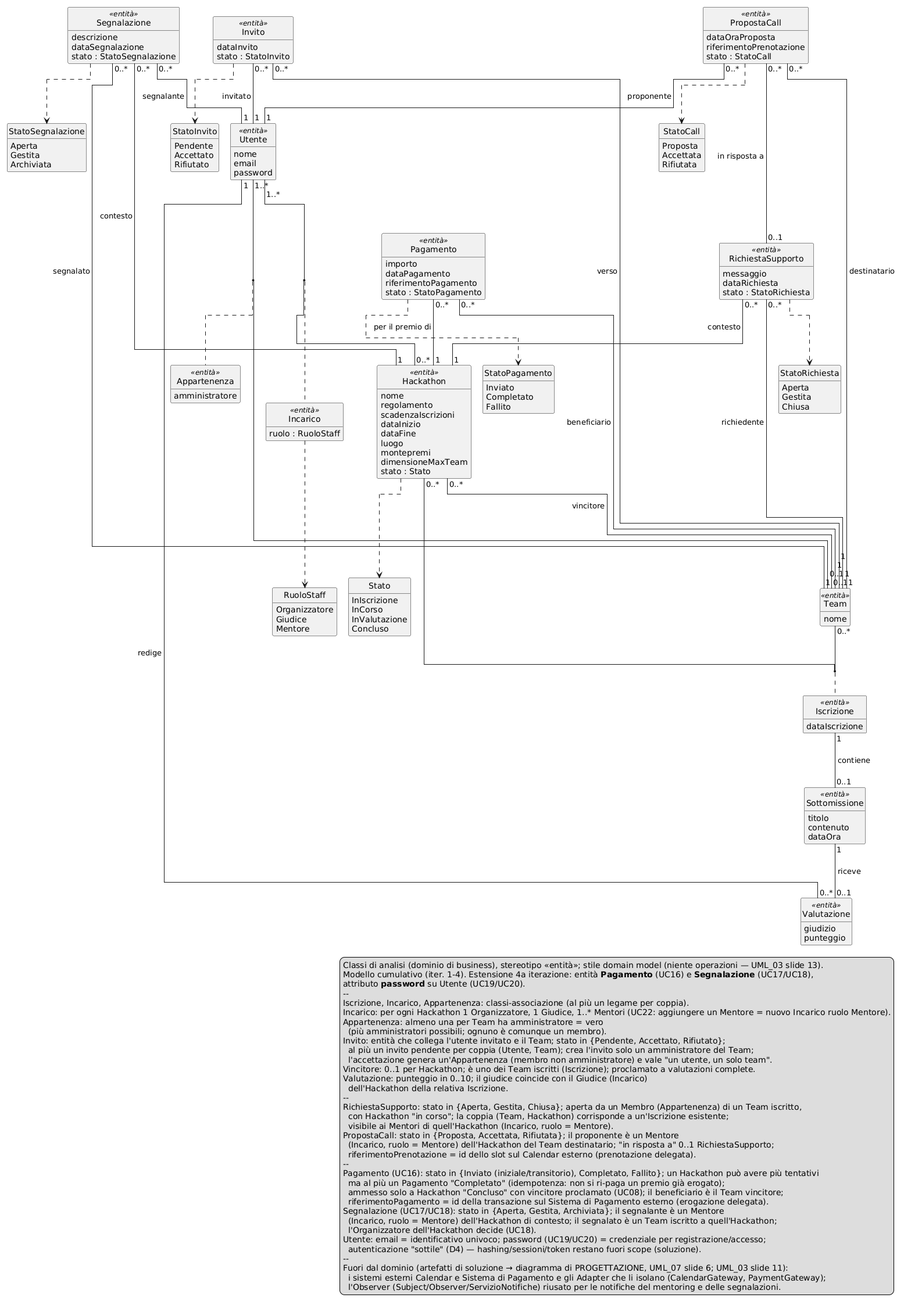
rizzutomatteo/HackHub-Appoggio keeps this PlantUML diagram as iterazione4/analisi/CLASSI_ANALISI_CHANGE.png. Above is the earlier version.
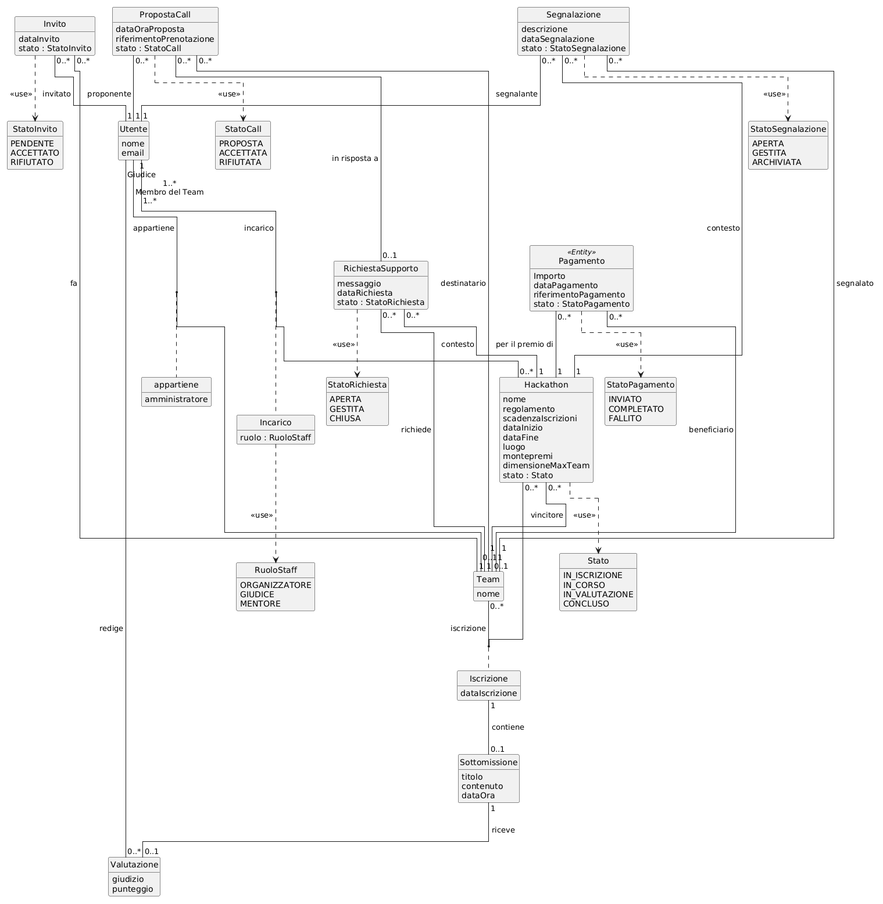
After the change.

Commit message:
docs(analisi): allinea le classi di analisi iter4 al deliverable Visual Paradigm

What changed in the source:
```diff
@@ -3,56 +3,57 @@
 hide circle
 !pragma layout elk
 
+enum StatoPagamento {
+  INVIATO
+  COMPLETATO
+  FALLITO
+}
+
 enum Stato {
-  InIscrizione
-  InCorso
-  InValutazione
-  Concluso
+  IN_ISCRIZIONE
+  IN_CORSO
+  IN_VALUTAZIONE
+  CONCLUSO
 }
 
 enum RuoloStaff {
-  Organizzatore
-  Giudice
-  Mentore
+  ORGANIZZATORE
+  GIUDICE
+  MENTORE
+}
+
+enum StatoRichiesta {
+  APERTA
+  GESTITA
+  CHIUSA
 }
 
 enum StatoInvito {
-  Pendente
-  Accettato
-  Rifiutato
+  PENDENTE
+  ACCETTATO
+  RIFIUTATO
 }
 
-enum StatoRichiesta {
-  Aperta
-  Gestita
-  Chiusa
+enum StatoSegnalazione {
+  APERTA
+  GESTITA
+  ARCHIVIATA
 }
 
 enum StatoCall {
-  Proposta
-  Accettata
-  Rifiutata
+  PROPOSTA
+  ACCETTATA
+  RIFIUTATA
 }
 
-enum StatoPagamento {
-  Inviato
-  Completato
-  Fallito
+class Pagamento <<Entity>> {
+  Importo
+  dataPagamento
+  riferimentoPagamento
+  stato : StatoPagamento
 }
 
-enum StatoSegnalazione {
-  Aperta
-  Gestita
-  Archiviata
-}
-
-class Utente <<entità>> {
-  nome
-  email
-  password
-}
-
-class Hackathon <<entità>> {
+class Hackathon {
   nome
   regolamento
   scadenzaIscrizioni
@@ -64,136 +65,96 @@
   stato : Stato
 }
 
-class Team <<entità>> {
-  nome
-}
-
-class Incarico <<entità>> {
-  ruolo : RuoloStaff
-}
-
-class Appartenenza <<entità>> {
-  amministratore
-}
-
-class Iscrizione <<entità>> {
+class Iscrizione {
   dataIscrizione
 }
 
-class Invito <<entità>> {
-  dataInvito
-  stato : StatoInvito
-}
-
-class Sottomissione <<entità>> {
+class Sottomissione {
   titolo
   contenuto
   dataOra
 }
 
-class Valutazione <<entità>> {
+class Incarico {
+  ruolo : RuoloStaff
+}
+
+class Valutazione {
   giudizio
   punteggio
 }
 
-class RichiestaSupporto <<entità>> {
+class RichiestaSupporto {
   messaggio
   dataRichiesta
   stato : StatoRichiesta
 }
 
-class PropostaCall <<entità>> {
+class Invito {
+  dataInvito
+  stato : StatoInvito
+}
+
+class Team {
+  nome
+}
+
+class appartiene {
+  amministratore
+}
+
+class Utente {
+  nome
+  email
+}
+
+class Segnalazione {
+  descrizione
+  dataSegnalazione
+  stato : StatoSegnalazione
+}
+
+class PropostaCall {
   dataOraProposta
   riferimentoPrenotazione
   stato : StatoCall
 }
 
-class Pagamento <<entità>> {
-  importo
-  dataPagamento
-  riferimentoPagamento
-  stato : StatoPagamento
-}
-
-class Segnalazione <<entità>> {
-  descrizione
-  dataSegnalazione
-  stato : StatoSegnalazione
-}
-
-Utente "1..*" -- "0..*" Hackathon
+Utente "1..*" -- "0..*" Hackathon : incarico
 (Utente, Hackathon) .. Incarico
-Utente "1..*" -- "0..1" Team
-(Utente, Team) .. Appartenenza
-Team "0..*" -- "0..*" Hackathon
+Utente "1..*\nMembro del Team" -- "0..1" Team : appartiene
+(Utente, Team) .. appartiene
+Team "0..*" -- "0..*" Hackathon : iscrizione
 (Team, Hackathon) .. Iscrizione
 
-Invito "0..*" -- "1" Utente : invitato >
-Invito "0..*" -- "1" Team : verso >
+Invito "0..*" -- "1" Utente : invitato
+Invito "0..*" -- "1" Team : fa
 
-Iscrizione "1" -- "0..1" Sottomissione : contiene >
-Sottomissione "1" -- "0..1" Valutazione : riceve >
-Utente "1" -- "0..*" Valutazione : redige >
+Iscrizione "1" -- "0..1" Sottomissione : contiene
+Sottomissione "1" -- "0..1" Valutazione : riceve
+Utente "1\nGiudice" -- "0..*" Valutazione : redige
 
-Hackathon "0..*" -- "0..1" Team : vincitore >
+Hackathon "0..*" -- "0..1" Team : vincitore
 
-RichiestaSupporto "0..*" -- "1" Team : richiedente >
-RichiestaSupporto "0..*" -- "1" Hackathon : contesto >
-PropostaCall "0..*" -- "1" Team : destinatario >
-PropostaCall "0..*" -- "1" Utente : proponente >
-PropostaCall "0..*" -- "0..1" RichiestaSupporto : in risposta a >
+RichiestaSupporto "0..*" -- "1" Team : richiede
+RichiestaSupporto "0..*" -- "1" Hackathon : contesto
+PropostaCall "0..*" -- "1" Team : destinatario
+PropostaCall "0..*" -- "1" Utente : proponente
+PropostaCall "0..*" -- "0..1" RichiestaSupporto : in risposta a
 
-Pagamento "0..*" -- "1" Hackathon : per il premio di >
-Pagamento "0..*" -- "1" Team : beneficiario >
+Pagamento "0..*" -- "1" Hackathon : per il premio di
+Pagamento "0..*" -- "1" Team : beneficiario
 
-Segnalazione "0..*" -- "1" Utente : segnalante >
-Segnalazione "0..*" -- "1" Team : segnalato >
-Segnalazione "0..*" -- "1" Hackathon : contesto >
+Segnalazione "0..*" -- "1" Utente : segnalante
+Segnalazione "0..*" -- "1" Team : segnalato
+Segnalazione "0..*" -- "1" Hackathon : contesto
 
-Hackathon ..> Stato
-Incarico ..> RuoloStaff
-Invito ..> StatoInvito
-RichiestaSupporto ..> StatoRichiesta
-PropostaCall ..> StatoCall
-Pagamento ..> StatoPagamento
-Segnalazione ..> StatoSegnalazione
-
-legend right
-  Classi di analisi (dominio di business), stereotipo «entità»; stile domain model (niente operazioni — UML_03 slide 13).
-  Modello cumulativo (iter. 1-4). Estensione 4a iterazione: entità **Pagamento** (UC16) e **Segnalazione** (UC17/UC18),
-  attributo **password** su Utente (UC19/UC20).
-  --
-  Iscrizione, Incarico, Appartenenza: classi-associazione (al più un legame per coppia).
-  Incarico: per ogni Hackathon 1 Organizzatore, 1 Giudice, 1..* Mentori (UC22: aggiungere un Mentore = nuovo Incarico ruolo Mentore).
-  Appartenenza: almeno una per Team ha amministratore = vero
-    (più amministratori possibili; ognuno è comunque un membro).
-  Invito: entità che collega l'utente invitato e il Team; stato in {Pendente, Accettato, Rifiutato};
-    al più un invito pendente per coppia (Utente, Team); crea l'invito solo un amministratore del Team;
-    l'accettazione genera un'Appartenenza (membro non amministratore) e vale "un utente, un solo team".
-  Vincitore: 0..1 per Hackathon; è uno dei Team iscritti (Iscrizione); proclamato a valutazioni complete.
-  Valutazione: punteggio in 0..10; il giudice coincide con il Giudice (Incarico)
-    dell'Hackathon della relativa Iscrizione.
-  --
-  RichiestaSupporto: stato in {Aperta, Gestita, Chiusa}; aperta da un Membro (Appartenenza) di un Team iscritto,
-    con Hackathon "in corso"; la coppia (Team, Hackathon) corrisponde a un'Iscrizione esistente;
-    visibile ai Mentori di quell'Hackathon (Incarico, ruolo = Mentore).
-  PropostaCall: stato in {Proposta, Accettata, Rifiutata}; il proponente è un Mentore
-    (Incarico, ruolo = Mentore) dell'Hackathon del Team destinatario; "in risposta a" 0..1 RichiestaSupporto;
-    riferimentoPrenotazione = id dello slot sul Calendar esterno (prenotazione delegata).
-  --
-  Pagamento (UC16): stato in {Inviato (iniziale/transitorio), Completato, Fallito}; un Hackathon può avere più tentativi
-    ma al più un Pagamento "Completato" (idempotenza: non si ri-paga un premio già erogato);
-    ammesso solo a Hackathon "Concluso" con vincitore proclamato (UC08); il beneficiario è il Team vincitore;
-    riferimentoPagamento = id della transazione sul Sistema di Pagamento esterno (erogazione delegata).
-  Segnalazione (UC17/UC18): stato in {Aperta, Gestita, Archiviata}; il segnalante è un Mentore
-    (Incarico, ruolo = Mentore) dell'Hackathon di contesto; il segnalato è un Team iscritto a quell'Hackathon;
-    l'Organizzatore dell'Hackathon decide (UC18).
-  Utente: email = identificativo univoco; password (UC19/UC20) = credenziale per registrazione/accesso;
-    autenticazione "sottile" (D4) — hashing/sessioni/token restano fuori scope (soluzione).
-  --
-  Fuori dal dominio (artefatti di soluzione → diagramma di PROGETTAZIONE, UML_07 slide 6; UML_03 slide 11):
-    i sistemi esterni Calendar e Sistema di Pagamento e gli Adapter che li isolano (CalendarGateway, PaymentGateway);
-    l'Observer (Subject/Observer/ServizioNotifiche) riusato per le notifiche del mentoring e delle segnalazioni.
-endlegend
+Hackathon ..> Stato : <<use>>
+Incarico ..> RuoloStaff : <<use>>
+Invito ..> StatoInvito : <<use>>
+RichiestaSupporto ..> StatoRichiesta : <<use>>
+PropostaCall ..> StatoCall : <<use>>
+Pagamento ..> StatoPagamento : <<use>>
+Segnalazione ..> StatoSegnalazione : <<use>>
 
 @enduml
```
